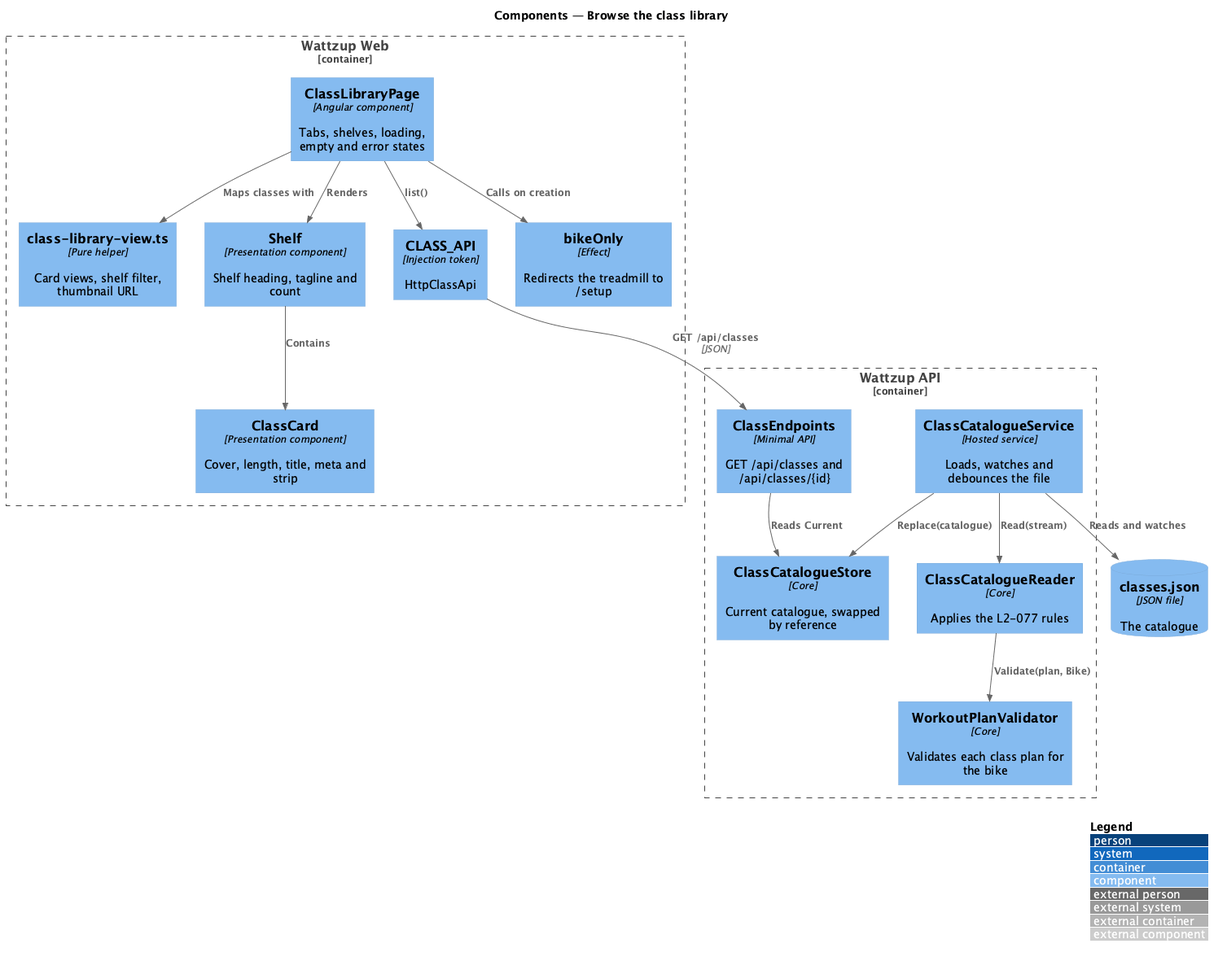
Earlier version of the PlantUML export docs/detailed-designs/classes/browse-classes/diagrams/c4-component.png (QuinntyneBrown/ride-one). Its source is kept beside it as docs/detailed-designs/classes/browse-classes/diagrams/c4-component.puml.
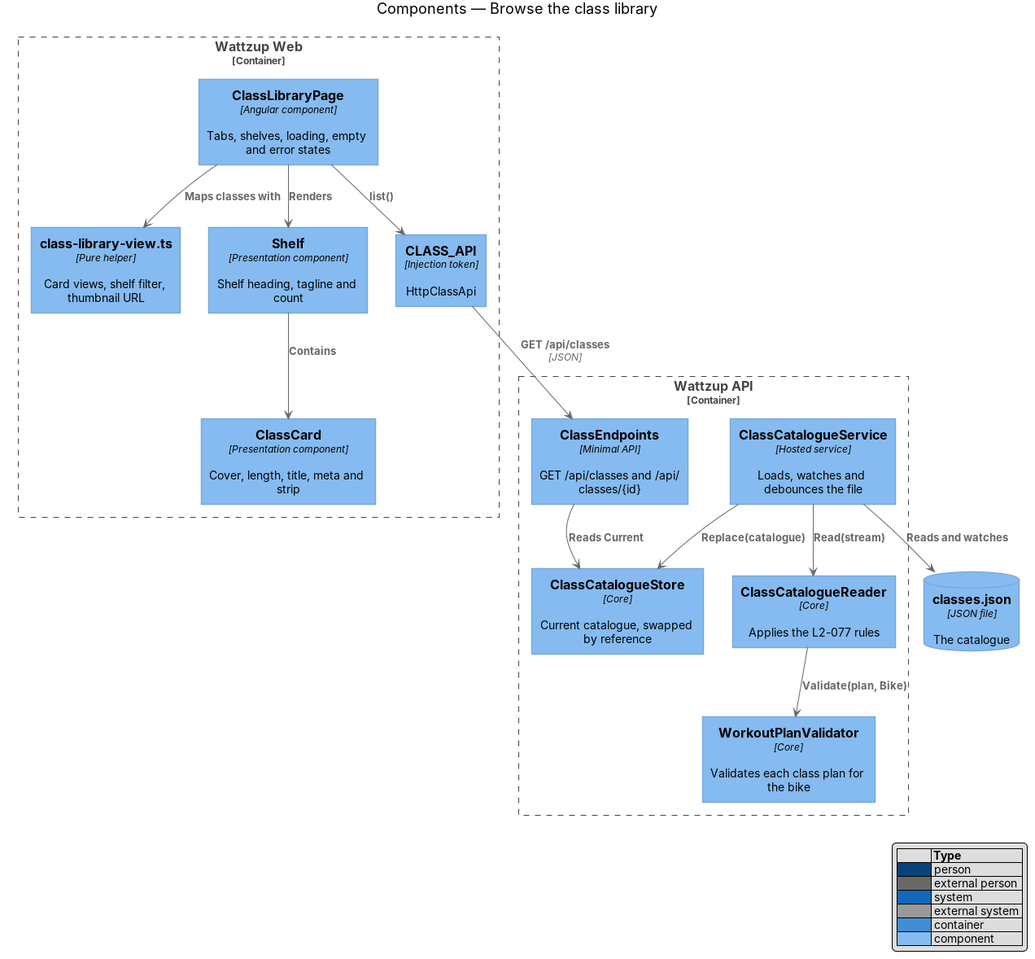
Later version of the same file.

The edit, as a diff of the source:
```diff
@@ -9,7 +9,6 @@
   Component(shelf, "Shelf", "Presentation component", "Shelf heading, tagline and count")
   Component(card, "ClassCard", "Presentation component", "Cover, length, title, meta and strip")
   Component(token, "CLASS_API", "Injection token", "HttpClassApi")
-  Component(guard, "bikeOnly", "Effect", "Redirects the treadmill to /setup")
 }
 Container_Boundary(api, "Wattzup API") {
   Component(ep, "ClassEndpoints", "Minimal API", "GET /api/classes and /api/classes/{id}")
@@ -25,7 +24,6 @@
 Rel(page, view, "Maps classes with")
 Rel(page, shelf, "Renders")
 Rel(shelf, card, "Contains")
-Rel(page, guard, "Calls on creation")
 Rel(ep, store, "Reads Current")
 Rel(svc, file, "Reads and watches")
 Rel(svc, reader, "Read(stream)")
```
